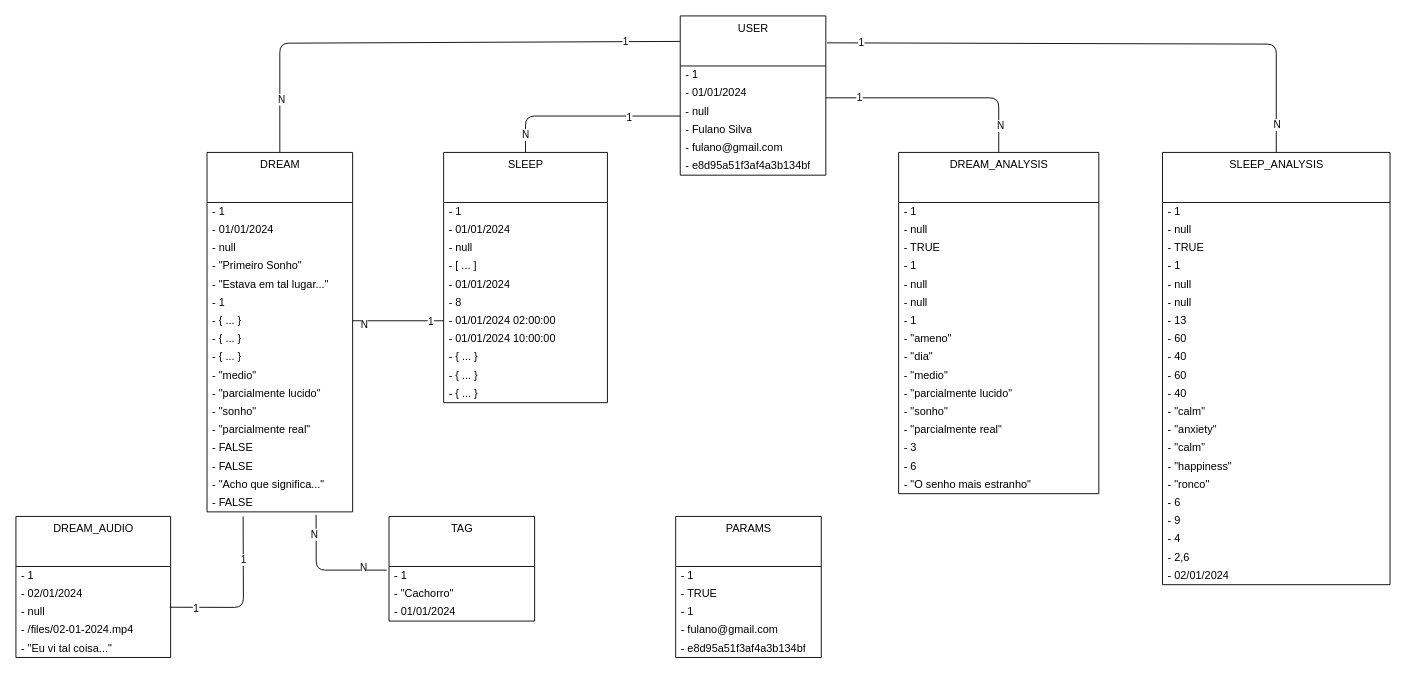
The draw.io diagram docs/diagrama_classe_analise_objeto.drawio in raisson-souza/morfeus-backend, before the edit. Source tidied: cells renumbered, new cells numbered last; positions are measured from the earlier drawing's top-left corner, leaving out a move shared by most shapes. Both pictures are drawn from the tidied source at 91%, with x=0, y=0 at pixel (15, 15).
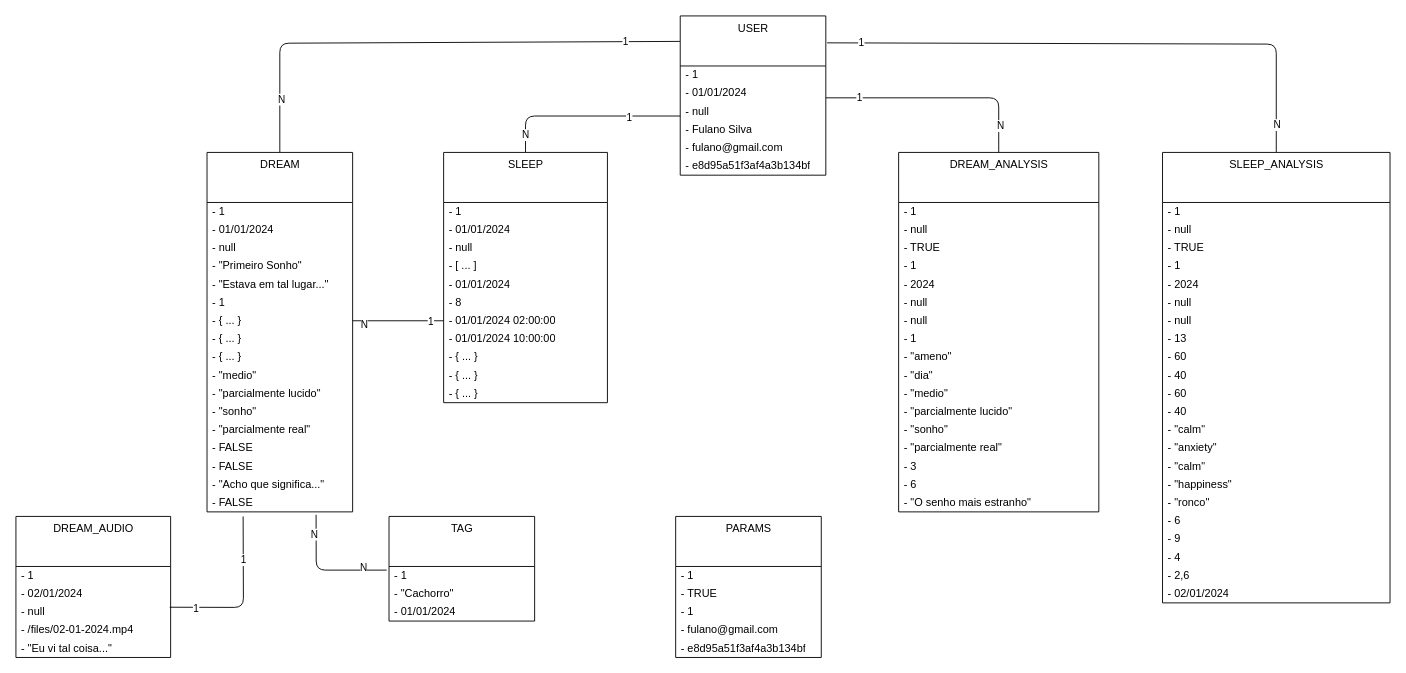
The same diagram, later.

Diff of the diagram source:
```diff
@@
     <mxCell id="63" value="DREAM_ANALYSIS" style="swimlane;fontStyle=0;align=center;verticalAlign=top;horizontal=1;startSize=55;html=1;rounded=0;strokeColor=default;strokeWidth=1;" parent="1" vertex="1">
-      <mxGeometry x="970" y="150" width="220" height="375" as="geometry" />
+      <mxGeometry x="970" y="150" width="220" height="395" as="geometry" />
     </mxCell>
@@
+    <mxCell id="114" value="- 2024" style="text;html=1;strokeColor=none;fillColor=none;align=left;verticalAlign=middle;spacingLeft=4;spacingRight=4;overflow=hidden;rounded=0;strokeWidth=1;" parent="63" vertex="1">
+      <mxGeometry y="135" width="220" height="20" as="geometry" />
+    </mxCell>
     <mxCell id="68" value="- null" style="text;html=1;strokeColor=none;fillColor=none;align=left;verticalAlign=middle;spacingLeft=4;spacingRight=4;overflow=hidden;rounded=0;strokeWidth=1;" parent="63" vertex="1">
-      <mxGeometry y="135" width="220" height="20" as="geometry" />
+      <mxGeometry y="155" width="220" height="20" as="geometry" />
     </mxCell>
     <mxCell id="69" value="- null" style="text;html=1;strokeColor=none;fillColor=none;align=left;verticalAlign=middle;spacingLeft=4;spacingRight=4;overflow=hidden;rounded=0;strokeWidth=1;" parent="63" vertex="1">
-      <mxGeometry y="155" width="220" height="20" as="geometry" />
+      <mxGeometry y="175" width="220" height="20" as="geometry" />
     </mxCell>
     <mxCell id="70" value="- 1" style="text;html=1;strokeColor=none;fillColor=none;align=left;verticalAlign=middle;spacingLeft=4;spacingRight=4;overflow=hidden;rounded=0;strokeWidth=1;" parent="63" vertex="1">
-      <mxGeometry y="175" width="220" height="20" as="geometry" />
+      <mxGeometry y="195" width="220" height="20" as="geometry" />
     </mxCell>
     <mxCell id="71" value="- &quot;ameno&quot;" style="text;html=1;strokeColor=none;fillColor=none;align=left;verticalAlign=middle;spacingLeft=4;spacingRight=4;overflow=hidden;rounded=0;strokeWidth=1;" parent="63" vertex="1">
-      <mxGeometry y="195" width="220" height="20" as="geometry" />
+      <mxGeometry y="215" width="220" height="20" as="geometry" />
     </mxCell>
     <mxCell id="72" value="- &quot;dia&quot;" style="text;html=1;strokeColor=none;fillColor=none;align=left;verticalAlign=middle;spacingLeft=4;spacingRight=4;overflow=hidden;rounded=0;strokeWidth=1;" parent="63" vertex="1">
-      <mxGeometry y="215" width="220" height="20" as="geometry" />
+      <mxGeometry y="235" width="220" height="20" as="geometry" />
     </mxCell>
     <mxCell id="73" value="- &quot;medio&quot;" style="text;html=1;strokeColor=none;fillColor=none;align=left;verticalAlign=middle;spacingLeft=4;spacingRight=4;overflow=hidden;rounded=0;strokeWidth=1;" parent="63" vertex="1">
-      <mxGeometry y="235" width="220" height="20" as="geometry" />
+      <mxGeometry y="255" width="220" height="20" as="geometry" />
     </mxCell>
     <mxCell id="74" value="- &quot;parcialmente lucido&quot;" style="text;html=1;strokeColor=none;fillColor=none;align=left;verticalAlign=middle;spacingLeft=4;spacingRight=4;overflow=hidden;rounded=0;strokeWidth=1;" parent="63" vertex="1">
-      <mxGeometry y="255" width="220" height="20" as="geometry" />
+      <mxGeometry y="275" width="220" height="20" as="geometry" />
     </mxCell>
     <mxCell id="75" value="- &quot;sonho&quot;" style="text;html=1;strokeColor=none;fillColor=none;align=left;verticalAlign=middle;spacingLeft=4;spacingRight=4;overflow=hidden;rounded=0;strokeWidth=1;" parent="63" vertex="1">
-      <mxGeometry y="275" width="220" height="20" as="geometry" />
+      <mxGeometry y="295" width="220" height="20" as="geometry" />
     </mxCell>
     <mxCell id="76" value="- &quot;parcialmente real&quot;" style="text;html=1;strokeColor=none;fillColor=none;align=left;verticalAlign=middle;spacingLeft=4;spacingRight=4;overflow=hidden;rounded=0;strokeWidth=1;" parent="63" vertex="1">
-      <mxGeometry y="295" width="220" height="20" as="geometry" />
+      <mxGeometry y="315" width="220" height="20" as="geometry" />
     </mxCell>
     <mxCell id="77" value="- 3" style="text;html=1;strokeColor=none;fillColor=none;align=left;verticalAlign=middle;spacingLeft=4;spacingRight=4;overflow=hidden;rounded=0;strokeWidth=1;" parent="63" vertex="1">
-      <mxGeometry y="315" width="220" height="20" as="geometry" />
+      <mxGeometry y="335" width="220" height="20" as="geometry" />
     </mxCell>
     <mxCell id="78" value="- 6" style="text;html=1;strokeColor=none;fillColor=none;align=left;verticalAlign=middle;spacingLeft=4;spacingRight=4;overflow=hidden;rounded=0;strokeWidth=1;" parent="63" vertex="1">
-      <mxGeometry y="335" width="220" height="20" as="geometry" />
+      <mxGeometry y="355" width="220" height="20" as="geometry" />
     </mxCell>
     <mxCell id="79" value="- &quot;O senho mais estranho&quot;" style="text;html=1;strokeColor=none;fillColor=none;align=left;verticalAlign=middle;spacingLeft=4;spacingRight=4;overflow=hidden;rounded=0;strokeWidth=1;" parent="63" vertex="1">
-      <mxGeometry y="355" width="220" height="20" as="geometry" />
+      <mxGeometry y="375" width="220" height="20" as="geometry" />
     </mxCell>
@@
     <mxCell id="83" value="SLEEP_ANALYSIS" style="swimlane;fontStyle=0;align=center;verticalAlign=top;horizontal=1;startSize=55;html=1;rounded=0;strokeColor=default;strokeWidth=1;" parent="1" vertex="1">
-      <mxGeometry x="1260" y="150" width="250" height="475" as="geometry" />
+      <mxGeometry x="1260" y="150" width="250" height="495" as="geometry" />
     </mxCell>
@@
+    <mxCell id="115" value="- 2024" style="text;html=1;strokeColor=none;fillColor=none;align=left;verticalAlign=middle;spacingLeft=4;spacingRight=4;overflow=hidden;rounded=0;strokeWidth=1;" parent="83" vertex="1">
+      <mxGeometry y="135" width="250" height="20" as="geometry" />
+    </mxCell>
     <mxCell id="88" value="- null" style="text;html=1;strokeColor=none;fillColor=none;align=left;verticalAlign=middle;spacingLeft=4;spacingRight=4;overflow=hidden;rounded=0;strokeWidth=1;" parent="83" vertex="1">
-      <mxGeometry y="135" width="250" height="20" as="geometry" />
+      <mxGeometry y="155" width="250" height="20" as="geometry" />
     </mxCell>
     <mxCell id="89" value="- null" style="text;html=1;strokeColor=none;fillColor=none;align=left;verticalAlign=middle;spacingLeft=4;spacingRight=4;overflow=hidden;rounded=0;strokeWidth=1;" parent="83" vertex="1">
-      <mxGeometry y="155" width="250" height="20" as="geometry" />
+      <mxGeometry y="175" width="250" height="20" as="geometry" />
     </mxCell>
     <mxCell id="90" value="- 13" style="text;html=1;strokeColor=none;fillColor=none;align=left;verticalAlign=middle;spacingLeft=4;spacingRight=4;overflow=hidden;rounded=0;strokeWidth=1;" parent="83" vertex="1">
-      <mxGeometry y="175" width="250" height="20" as="geometry" />
+      <mxGeometry y="195" width="250" height="20" as="geometry" />
     </mxCell>
     <mxCell id="91" value="- 60" style="text;html=1;strokeColor=none;fillColor=none;align=left;verticalAlign=middle;spacingLeft=4;spacingRight=4;overflow=hidden;rounded=0;strokeWidth=1;" parent="83" vertex="1">
-      <mxGeometry y="195" width="250" height="20" as="geometry" />
+      <mxGeometry y="215" width="250" height="20" as="geometry" />
     </mxCell>
     <mxCell id="92" value="- 40" style="text;html=1;strokeColor=none;fillColor=none;align=left;verticalAlign=middle;spacingLeft=4;spacingRight=4;overflow=hidden;rounded=0;strokeWidth=1;" parent="83" vertex="1">
-      <mxGeometry y="215" width="250" height="20" as="geometry" />
+      <mxGeometry y="235" width="250" height="20" as="geometry" />
     </mxCell>
     <mxCell id="93" value="- 60" style="text;html=1;strokeColor=none;fillColor=none;align=left;verticalAlign=middle;spacingLeft=4;spacingRight=4;overflow=hidden;rounded=0;strokeWidth=1;" parent="83" vertex="1">
-      <mxGeometry y="235" width="250" height="20" as="geometry" />
+      <mxGeometry y="255" width="250" height="20" as="geometry" />
     </mxCell>
     <mxCell id="94" value="- 40" style="text;html=1;strokeColor=none;fillColor=none;align=left;verticalAlign=middle;spacingLeft=4;spacingRight=4;overflow=hidden;rounded=0;strokeWidth=1;" parent="83" vertex="1">
-      <mxGeometry y="255" width="250" height="20" as="geometry" />
+      <mxGeometry y="275" width="250" height="20" as="geometry" />
     </mxCell>
     <mxCell id="95" value="- &quot;calm&quot;" style="text;html=1;strokeColor=none;fillColor=none;align=left;verticalAlign=middle;spacingLeft=4;spacingRight=4;overflow=hidden;rounded=0;strokeWidth=1;" parent="83" vertex="1">
-      <mxGeometry y="275" width="250" height="20" as="geometry" />
+      <mxGeometry y="295" width="250" height="20" as="geometry" />
     </mxCell>
     <mxCell id="96" value="- &quot;anxiety&quot;" style="text;html=1;strokeColor=none;fillColor=none;align=left;verticalAlign=middle;spacingLeft=4;spacingRight=4;overflow=hidden;rounded=0;strokeWidth=1;" parent="83" vertex="1">
-      <mxGeometry y="295" width="250" height="20" as="geometry" />
+      <mxGeometry y="315" width="250" height="20" as="geometry" />
     </mxCell>
     <mxCell id="97" value="- &quot;calm&quot;" style="text;html=1;strokeColor=none;fillColor=none;align=left;verticalAlign=middle;spacingLeft=4;spacingRight=4;overflow=hidden;rounded=0;strokeWidth=1;" parent="83" vertex="1">
-      <mxGeometry y="315" width="250" height="20" as="geometry" />
+      <mxGeometry y="335" width="250" height="20" as="geometry" />
     </mxCell>
     <mxCell id="98" value="- &quot;happiness&quot;" style="text;html=1;strokeColor=none;fillColor=none;align=left;verticalAlign=middle;spacingLeft=4;spacingRight=4;overflow=hidden;rounded=0;strokeWidth=1;" parent="83" vertex="1">
-      <mxGeometry y="335" width="250" height="20" as="geometry" />
+      <mxGeometry y="355" width="250" height="20" as="geometry" />
     </mxCell>
     <mxCell id="99" value="- &quot;ronco&quot;" style="text;html=1;strokeColor=none;fillColor=none;align=left;verticalAlign=middle;spacingLeft=4;spacingRight=4;overflow=hidden;rounded=0;strokeWidth=1;" parent="83" vertex="1">
-      <mxGeometry y="355" width="250" height="20" as="geometry" />
+      <mxGeometry y="375" width="250" height="20" as="geometry" />
     </mxCell>
     <mxCell id="100" value="- 6" style="text;html=1;strokeColor=none;fillColor=none;align=left;verticalAlign=middle;spacingLeft=4;spacingRight=4;overflow=hidden;rounded=0;strokeWidth=1;" parent="83" vertex="1">
-      <mxGeometry y="375" width="250" height="20" as="geometry" />
+      <mxGeometry y="395" width="250" height="20" as="geometry" />
     </mxCell>
     <mxCell id="101" value="- 9" style="text;html=1;strokeColor=none;fillColor=none;align=left;verticalAlign=middle;spacingLeft=4;spacingRight=4;overflow=hidden;rounded=0;strokeWidth=1;" parent="83" vertex="1">
-      <mxGeometry y="395" width="250" height="20" as="geometry" />
+      <mxGeometry y="415" width="250" height="20" as="geometry" />
     </mxCell>
     <mxCell id="102" value="- 4" style="text;html=1;strokeColor=none;fillColor=none;align=left;verticalAlign=middle;spacingLeft=4;spacingRight=4;overflow=hidden;rounded=0;strokeWidth=1;" parent="83" vertex="1">
-      <mxGeometry y="415" width="250" height="20" as="geometry" />
+      <mxGeometry y="435" width="250" height="20" as="geometry" />
     </mxCell>
     <mxCell id="103" value="- 2,6" style="text;html=1;strokeColor=none;fillColor=none;align=left;verticalAlign=middle;spacingLeft=4;spacingRight=4;overflow=hidden;rounded=0;strokeWidth=1;" parent="83" vertex="1">
-      <mxGeometry y="435" width="250" height="20" as="geometry" />
+      <mxGeometry y="455" width="250" height="20" as="geometry" />
     </mxCell>
     <mxCell id="104" value="- 02/01/2024" style="text;html=1;strokeColor=none;fillColor=none;align=left;verticalAlign=middle;spacingLeft=4;spacingRight=4;overflow=hidden;rounded=0;strokeWidth=1;" parent="83" vertex="1">
-      <mxGeometry y="455" width="250" height="20" as="geometry" />
+      <mxGeometry y="475" width="250" height="20" as="geometry" />
     </mxCell>
```
